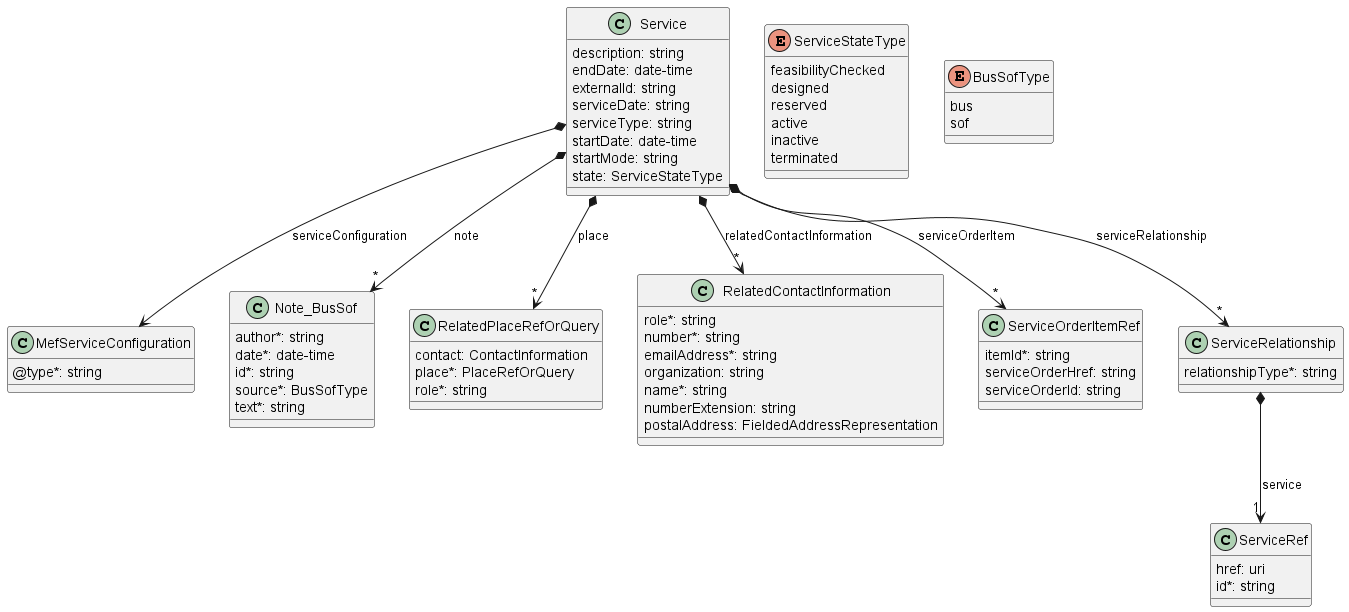
Above: documentation/serviceApi/inventory/media/useCase1Model.png in MEF-GIT/MEF-LSO-Legato-SDK (PlantUML), before the change.
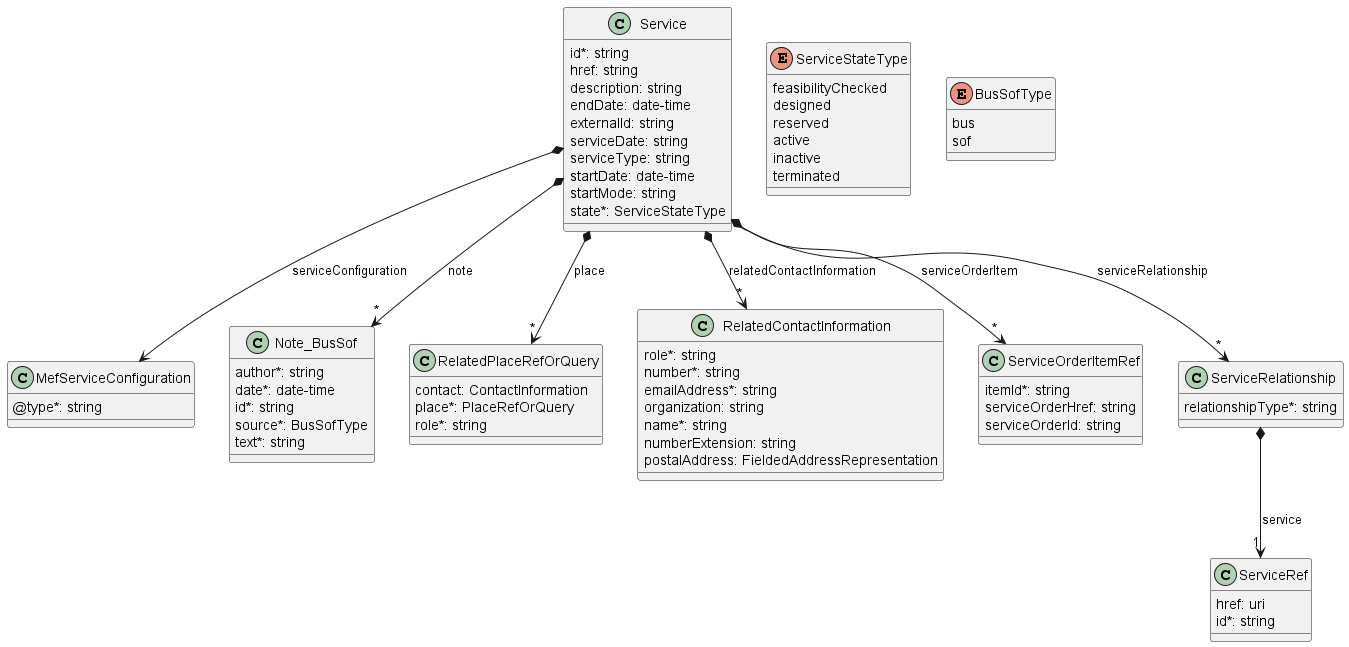
Above is the later version.

Change to the diagram source:
```diff
@@ -9,6 +9,8 @@
 
 class Service {
 
+    id*: string
+    href: string
     description: string
     endDate: date-time
     externalId: string
@@ -16,7 +18,7 @@
     serviceType: string
     startDate: date-time
     startMode: string
-    state: ServiceStateType
+    state*: ServiceStateType
 }
 
 Service *-->"*" Note_BusSof : note
```
